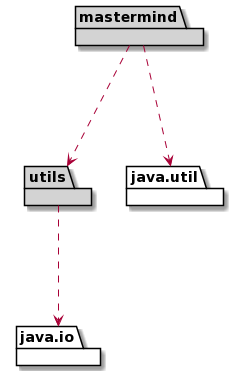
anagonzalezsantam/Mastermind keeps this PlantUML diagram as images/arquitectura.png. Above is the earlier version.
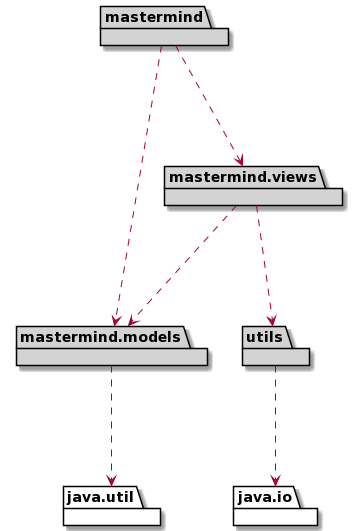
Later version of the same file.

The edit, as a diff of the source:
```diff
@@ -1,9 +1,16 @@
 @startuml
 package mastermind #D3D3D3
+package mastermind.models #D3D3D3
+package mastermind.views #D3D3D3
 package utils #D3D3D3
-package java.util #fff
-package java.io #fff
-mastermind ...> utils
-mastermind ...>java.util
+package java.io #ffff
+package java.util #ffff
+
+mastermind ...> mastermind.models
+mastermind ...> mastermind.views
+mastermind.views ...> utils
+mastermind.views ...> mastermind.models
+mastermind.models ...> java.util
+
 utils ...> java.io
 @enduml
```
